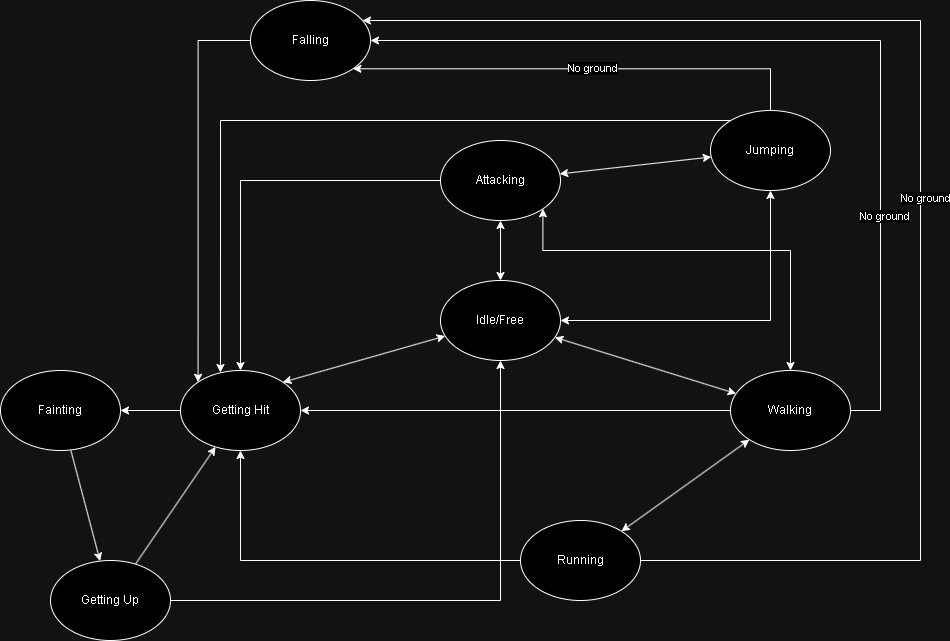
Before: Character-States.png, a diagram exported from draw.io (RallardM/ThirdPersonFSM). Source tidied: cells renumbered, new cells last; positions are measured from the earlier drawing's top-left corner, leaving out a move shared by most shapes.
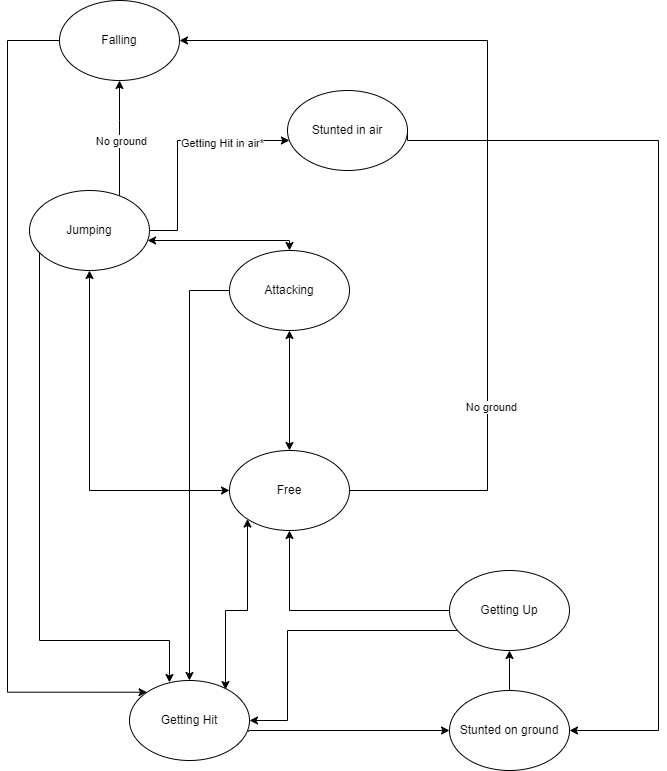
The same file after the commit.

Diff of the diagram source:
```diff
@@ -3,128 +3,133 @@
     <mxCell id="0" />
     <mxCell id="1" parent="0" />
     <mxCell id="2" style="rounded=0;jettySize=auto;html=1;strokeColor=default;edgeStyle=orthogonalEdgeStyle;" parent="1" edge="1" source="3" target="5">
-      <mxGeometry relative="1" as="geometry" />
+      <mxGeometry relative="1" as="geometry">
+        <Array as="points">
+          <mxPoint x="222" y="300" />
+        </Array>
+      </mxGeometry>
     </mxCell>
     <mxCell id="3" value="Attacking" style="ellipse;whiteSpace=wrap;html=1;" parent="1" vertex="1">
-      <mxGeometry x="440" y="140" width="120" height="80" as="geometry" />
+      <mxGeometry x="262" y="260" width="120" height="80" as="geometry" />
     </mxCell>
-    <mxCell id="4" style="rounded=0;jettySize=auto;html=1;entryX=1;entryY=0.5;entryDx=0;entryDy=0;" parent="1" edge="1" source="5" target="7">
-      <mxGeometry relative="1" as="geometry" />
+    <mxCell id="4" style="rounded=0;jettySize=auto;html=1;entryX=0;entryY=0.5;entryDx=0;entryDy=0;exitX=0.993;exitY=0.64;exitDx=0;exitDy=0;edgeStyle=orthogonalEdgeStyle;exitPerimeter=0;" parent="1" edge="1" source="5" target="7">
+      <mxGeometry relative="1" as="geometry">
+        <Array as="points">
+          <mxPoint x="281" y="740" />
+        </Array>
+      </mxGeometry>
     </mxCell>
     <mxCell id="5" value="Getting Hit" style="ellipse;whiteSpace=wrap;html=1;" parent="1" vertex="1">
-      <mxGeometry x="180" y="370" width="120" height="80" as="geometry" />
+      <mxGeometry x="162" y="690" width="120" height="80" as="geometry" />
     </mxCell>
     <mxCell id="6" style="rounded=0;jettySize=auto;html=1;" parent="1" edge="1" source="7" target="10">
       <mxGeometry relative="1" as="geometry" />
     </mxCell>
+    <mxCell id="33" style="edgeStyle=orthogonalEdgeStyle;rounded=0;jettySize=auto;html=1;entryX=1;entryY=0.5;entryDx=0;entryDy=0;endArrow=none;endFill=0;startArrow=classic;startFill=1;" parent="1" edge="1" source="7" target="36">
+      <mxGeometry relative="1" as="geometry">
+        <Array as="points">
+          <mxPoint x="691" y="740" />
+          <mxPoint x="691" y="150" />
+        </Array>
+      </mxGeometry>
+    </mxCell>
-    <mxCell id="7" value="Fainting" style="ellipse;whiteSpace=wrap;html=1;" parent="1" vertex="1">
-      <mxGeometry y="370" width="120" height="80" as="geometry" />
+    <mxCell id="7" value="Stunted on ground" style="ellipse;whiteSpace=wrap;html=1;" parent="1" vertex="1">
+      <mxGeometry x="482" y="700" width="120" height="80" as="geometry" />
     </mxCell>
     <mxCell id="8" style="rounded=0;jettySize=auto;html=1;startArrow=none;startFill=0;edgeStyle=orthogonalEdgeStyle;" parent="1" edge="1" source="10" target="20">
       <mxGeometry relative="1" as="geometry" />
     </mxCell>
-    <mxCell id="9" style="rounded=0;jettySize=auto;html=1;" parent="1" edge="1" source="10" target="5">
-      <mxGeometry relative="1" as="geometry" />
+    <mxCell id="9" style="rounded=0;jettySize=auto;html=1;entryX=1;entryY=0.5;entryDx=0;entryDy=0;edgeStyle=orthogonalEdgeStyle;" parent="1" edge="1" source="10" target="5">
+      <mxGeometry relative="1" as="geometry">
+        <Array as="points">
+          <mxPoint x="320" y="640" />
+          <mxPoint x="320" y="730" />
+        </Array>
+      </mxGeometry>
     </mxCell>
     <mxCell id="10" value="Getting Up" style="ellipse;whiteSpace=wrap;html=1;" parent="1" vertex="1">
-      <mxGeometry x="50" y="560" width="120" height="80" as="geometry" />
+      <mxGeometry x="482" y="580" width="120" height="80" as="geometry" />
     </mxCell>
-    <mxCell id="11" style="rounded=0;jettySize=auto;html=1;startArrow=classic;startFill=1;" parent="1" edge="1" source="15" target="3">
-      <mxGeometry relative="1" as="geometry" />
+    <mxCell id="11" style="rounded=0;jettySize=auto;html=1;startArrow=classic;startFill=1;edgeStyle=orthogonalEdgeStyle;" parent="1" edge="1" source="15" target="3">
+      <mxGeometry relative="1" as="geometry">
+        <Array as="points">
+          <mxPoint x="322" y="250" />
+        </Array>
+      </mxGeometry>
     </mxCell>
     <mxCell id="12" style="rounded=0;jettySize=auto;html=1;entryX=0.333;entryY=0.025;entryDx=0;entryDy=0;entryPerimeter=0;edgeStyle=orthogonalEdgeStyle;" parent="1" edge="1" source="15" target="5">
       <mxGeometry relative="1" as="geometry">
         <Array as="points">
-          <mxPoint x="220" y="120" />
+          <mxPoint x="72" y="650" />
+          <mxPoint x="202" y="650" />
         </Array>
       </mxGeometry>
     </mxCell>
-    <mxCell id="13" style="rounded=0;jettySize=auto;html=1;entryX=1;entryY=1;entryDx=0;entryDy=0;edgeStyle=orthogonalEdgeStyle;" parent="1" edge="1" source="15" target="32">
+    <mxCell id="13" style="rounded=0;jettySize=auto;html=1;entryX=0.5;entryY=1;entryDx=0;entryDy=0;edgeStyle=orthogonalEdgeStyle;" parent="1" edge="1" source="15" target="32">
       <mxGeometry relative="1" as="geometry">
         <Array as="points">
-          <mxPoint x="770" y="68" />
+          <mxPoint x="152" y="130" />
+          <mxPoint x="152" y="130" />
         </Array>
       </mxGeometry>
     </mxCell>
     <mxCell id="14" value="No ground" style="edgeLabel;html=1;align=center;verticalAlign=middle;" parent="13" vertex="1">
       <mxGeometry x="-0.04" y="-1" relative="1" as="geometry" />
     </mxCell>
+    <mxCell id="34" style="edgeStyle=orthogonalEdgeStyle;rounded=0;jettySize=auto;html=1;" parent="1" edge="1" source="15" target="36">
+      <mxGeometry relative="1" as="geometry">
+        <Array as="points">
+          <mxPoint x="210" y="240" />
+          <mxPoint x="210" y="150" />
+        </Array>
+      </mxGeometry>
+    </mxCell>
+    <mxCell id="35" value="Getting Hit in air*" style="edgeLabel;html=1;align=center;verticalAlign=middle;" parent="34" vertex="1">
+      <mxGeometry x="0.41" y="-2" relative="1" as="geometry" />
+    </mxCell>
     <mxCell id="15" value="Jumping" style="ellipse;whiteSpace=wrap;html=1;" parent="1" vertex="1">
-      <mxGeometry x="710" y="110" width="120" height="80" as="geometry" />
+      <mxGeometry x="62" y="200" width="120" height="80" as="geometry" />
     </mxCell>
-    <mxCell id="16" style="rounded=0;jettySize=auto;html=1;entryX=1;entryY=0;entryDx=0;entryDy=0;endArrow=classic;endFill=1;startArrow=classic;startFill=1;" parent="1" edge="1" source="20" target="5">
-      <mxGeometry relative="1" as="geometry" />
+    <mxCell id="16" style="rounded=0;jettySize=auto;html=1;entryX=0.8;entryY=0.113;entryDx=0;entryDy=0;endArrow=classic;endFill=1;startArrow=classic;startFill=1;edgeStyle=orthogonalEdgeStyle;entryPerimeter=0;" parent="1" edge="1" source="20" target="5">
+      <mxGeometry relative="1" as="geometry">
+        <Array as="points">
+          <mxPoint x="280" y="620" />
+          <mxPoint x="258" y="620" />
+        </Array>
+      </mxGeometry>
     </mxCell>
     <mxCell id="17" style="rounded=0;jettySize=auto;html=1;jumpStyle=none;startArrow=classic;startFill=1;edgeStyle=orthogonalEdgeStyle;" parent="1" edge="1" source="20" target="15">
       <mxGeometry relative="1" as="geometry" />
     </mxCell>
-    <mxCell id="18" style="rounded=0;jettySize=auto;html=1;startArrow=classic;startFill=1;" parent="1" edge="1" source="20" target="3">
+    <mxCell id="18" style="edgeStyle=orthogonalEdgeStyle;rounded=0;jettySize=auto;html=1;entryX=0.5;entryY=1;entryDx=0;entryDy=0;startArrow=classic;startFill=1;" parent="1" edge="1" source="20" target="3">
       <mxGeometry relative="1" as="geometry" />
     </mxCell>
-    <mxCell id="19" style="rounded=0;jettySize=auto;html=1;startArrow=classic;startFill=1;" parent="1" edge="1" source="20" target="26">
-      <mxGeometry relative="1" as="geometry" />
-    </mxCell>
-    <mxCell id="20" value="Idle/Free" style="ellipse;whiteSpace=wrap;html=1;" parent="1" vertex="1">
-      <mxGeometry x="440" y="280" width="120" height="80" as="geometry" />
+    <mxCell id="20" value="Free" style="ellipse;whiteSpace=wrap;html=1;" parent="1" vertex="1">
+      <mxGeometry x="262" y="460" width="120" height="80" as="geometry" />
     </mxCell>
-    <mxCell id="21" style="rounded=0;jettySize=auto;html=1;startArrow=classic;startFill=1;" parent="1" edge="1" source="26" target="30">
-      <mxGeometry relative="1" as="geometry" />
-    </mxCell>
-    <mxCell id="22" style="rounded=0;jettySize=auto;html=1;entryX=1;entryY=0.5;entryDx=0;entryDy=0;startArrow=none;startFill=0;" parent="1" edge="1" source="26" target="5">
-      <mxGeometry relative="1" as="geometry" />
-    </mxCell>
-    <mxCell id="23" style="rounded=0;jettySize=auto;html=1;entryX=1;entryY=1;entryDx=0;entryDy=0;startArrow=classic;startFill=1;edgeStyle=orthogonalEdgeStyle;" parent="1" edge="1" source="26" target="3">
-      <mxGeometry relative="1" as="geometry">
-        <Array as="points">
-          <mxPoint x="790" y="250" />
-          <mxPoint x="542" y="250" />
-        </Array>
-      </mxGeometry>
-    </mxCell>
-    <mxCell id="24" style="edgeStyle=orthogonalEdgeStyle;rounded=0;jettySize=auto;html=1;entryX=1;entryY=0.5;entryDx=0;entryDy=0;" parent="1" edge="1" source="26" target="32">
+    <mxCell id="24" style="edgeStyle=orthogonalEdgeStyle;rounded=0;jettySize=auto;html=1;entryX=1;entryY=0.5;entryDx=0;entryDy=0;exitX=1;exitY=0.5;exitDx=0;exitDy=0;" parent="1" edge="1" source="20" target="32">
       <mxGeometry relative="1" as="geometry">
         <Array as="points">
-          <mxPoint x="880" y="410" />
-          <mxPoint x="880" y="40" />
+          <mxPoint x="520" y="500" />
+          <mxPoint x="520" y="50" />
         </Array>
       </mxGeometry>
     </mxCell>
     <mxCell id="25" value="No ground" style="edgeLabel;html=1;align=center;verticalAlign=middle;" parent="24" vertex="1">
       <mxGeometry x="-0.51" y="-3" relative="1" as="geometry" />
     </mxCell>
-    <mxCell id="26" value="Walking" style="ellipse;whiteSpace=wrap;html=1;" parent="1" vertex="1">
-      <mxGeometry x="730" y="370" width="120" height="80" as="geometry" />
-    </mxCell>
-    <mxCell id="27" style="rounded=0;jettySize=auto;html=1;entryX=0.5;entryY=1;entryDx=0;entryDy=0;edgeStyle=orthogonalEdgeStyle;" parent="1" edge="1" source="30" target="5">
-      <mxGeometry relative="1" as="geometry">
-        <Array as="points">
-          <mxPoint x="240" y="560" />
-        </Array>
-      </mxGeometry>
-    </mxCell>
-    <mxCell id="28" style="edgeStyle=orthogonalEdgeStyle;rounded=0;jettySize=auto;html=1;exitX=1;exitY=0.5;exitDx=0;exitDy=0;" parent="1" edge="1" source="30" target="32">
-      <mxGeometry relative="1" as="geometry">
-        <Array as="points">
-          <mxPoint x="920" y="560" />
-          <mxPoint x="920" y="20" />
-        </Array>
-      </mxGeometry>
-    </mxCell>
-    <mxCell id="29" value="No ground" style="edgeLabel;html=1;align=center;verticalAlign=middle;" parent="28" vertex="1">
-      <mxGeometry x="-0.07" y="-4" relative="1" as="geometry" />
-    </mxCell>
-    <mxCell id="30" value="Running" style="ellipse;whiteSpace=wrap;html=1;" parent="1" vertex="1">
-      <mxGeometry x="520" y="520" width="120" height="80" as="geometry" />
-    </mxCell>
     <mxCell id="31" style="rounded=0;jettySize=auto;html=1;entryX=0;entryY=0;entryDx=0;entryDy=0;edgeStyle=orthogonalEdgeStyle;" parent="1" edge="1" source="32" target="5">
       <mxGeometry relative="1" as="geometry">
         <Array as="points">
-          <mxPoint x="198" y="40" />
+          <mxPoint x="40" y="50" />
         </Array>
       </mxGeometry>
     </mxCell>
     <mxCell id="32" value="Falling" style="ellipse;whiteSpace=wrap;html=1;" parent="1" vertex="1">
-      <mxGeometry x="250" width="120" height="80" as="geometry" />
+      <mxGeometry x="92" y="10" width="120" height="80" as="geometry" />
     </mxCell>
+    <mxCell id="36" value="Stunted in air" style="ellipse;whiteSpace=wrap;html=1;" parent="1" vertex="1">
+      <mxGeometry x="320" y="100" width="120" height="80" as="geometry" />
+    </mxCell>
   </root>
 </mxGraphModel>
```
